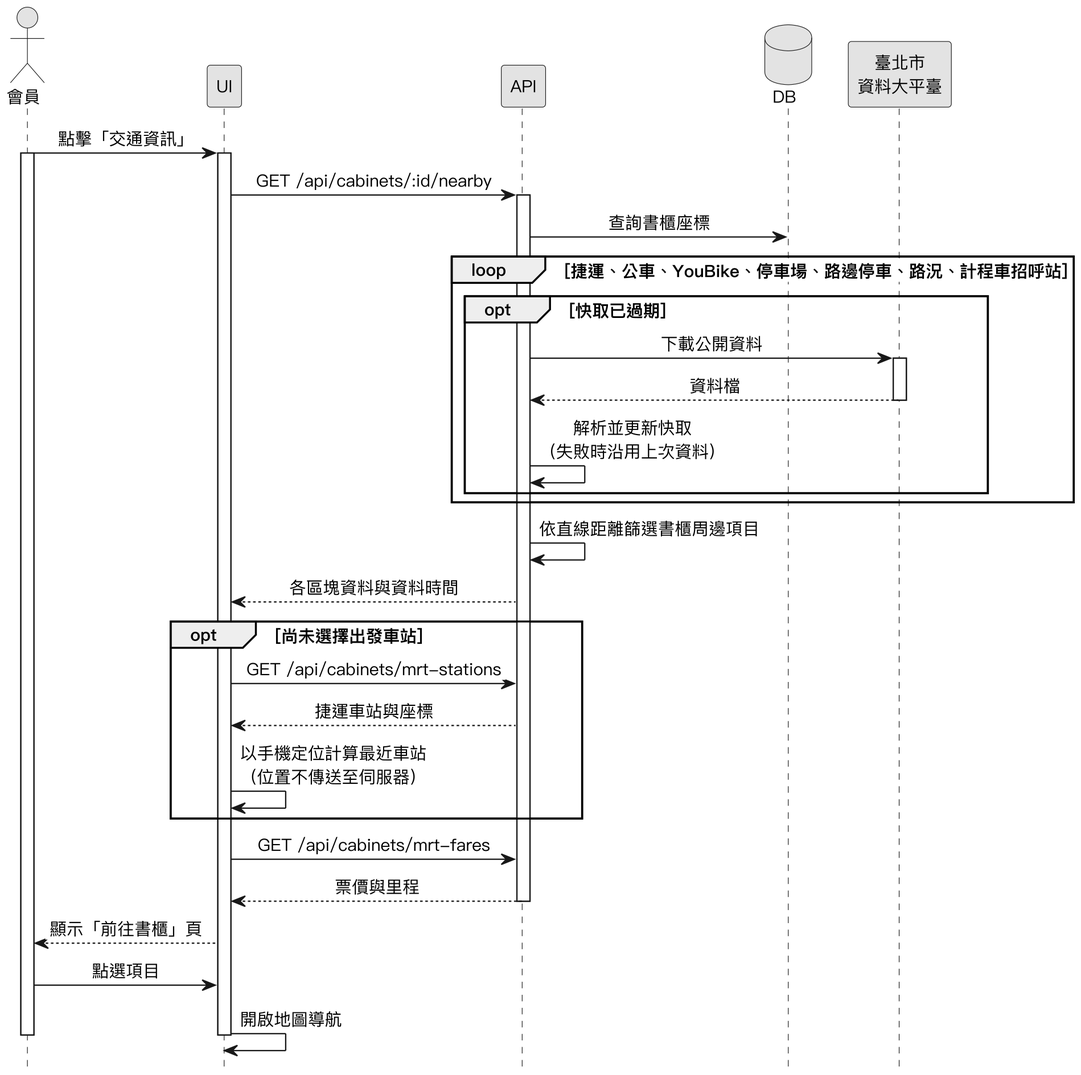
SaveMyBook/SaveMyBook keeps this PlantUML diagram as Diagrams/Sequence Diagrams/v3/seq_cabinet_transit.png. Above is the earlier version. Source of this version:
```plantuml
@startuml
skinparam monochrome true
skinparam shadowing false
skinparam dpi 220
skinparam defaultFontName "PingFang TC"
skinparam defaultFontSize 13
skinparam sequenceMessageAlign center
skinparam ParticipantPadding 18
hide footbox

actor 會員
participant UI
participant API
database DB
participant "臺北市\n資料大平臺" as ODP

會員 -> UI : 點擊「交通資訊」
activate 會員
activate UI
UI -> API : GET /api/cabinets/:id/nearby
activate API
API -> DB : 查詢書櫃座標
loop 捷運、公車、YouBike、停車場、路邊停車、路況、計程車招呼站
  opt 快取已過期
    API -> ODP : 下載公開資料
    activate ODP
    ODP --> API : 資料檔
    deactivate ODP
    API -> API : 解析並更新快取\n（失敗時沿用上次資料）
  end
end
API -> API : 依直線距離篩選書櫃周邊項目
API --> UI : 各區塊資料與資料時間
opt 尚未選擇出發車站
  UI -> API : GET /api/cabinets/mrt-stations
  API --> UI : 捷運車站與座標
  UI -> UI : 以手機定位計算最近車站\n（位置不傳送至伺服器）
end
UI -> API : GET /api/cabinets/mrt-fares
API --> UI : 票價與里程
deactivate API
UI --> 會員 : 顯示「前往書櫃」頁
會員 -> UI : 點選項目
UI -> UI : 開啟地圖導航
deactivate UI
deactivate 會員
@enduml
```
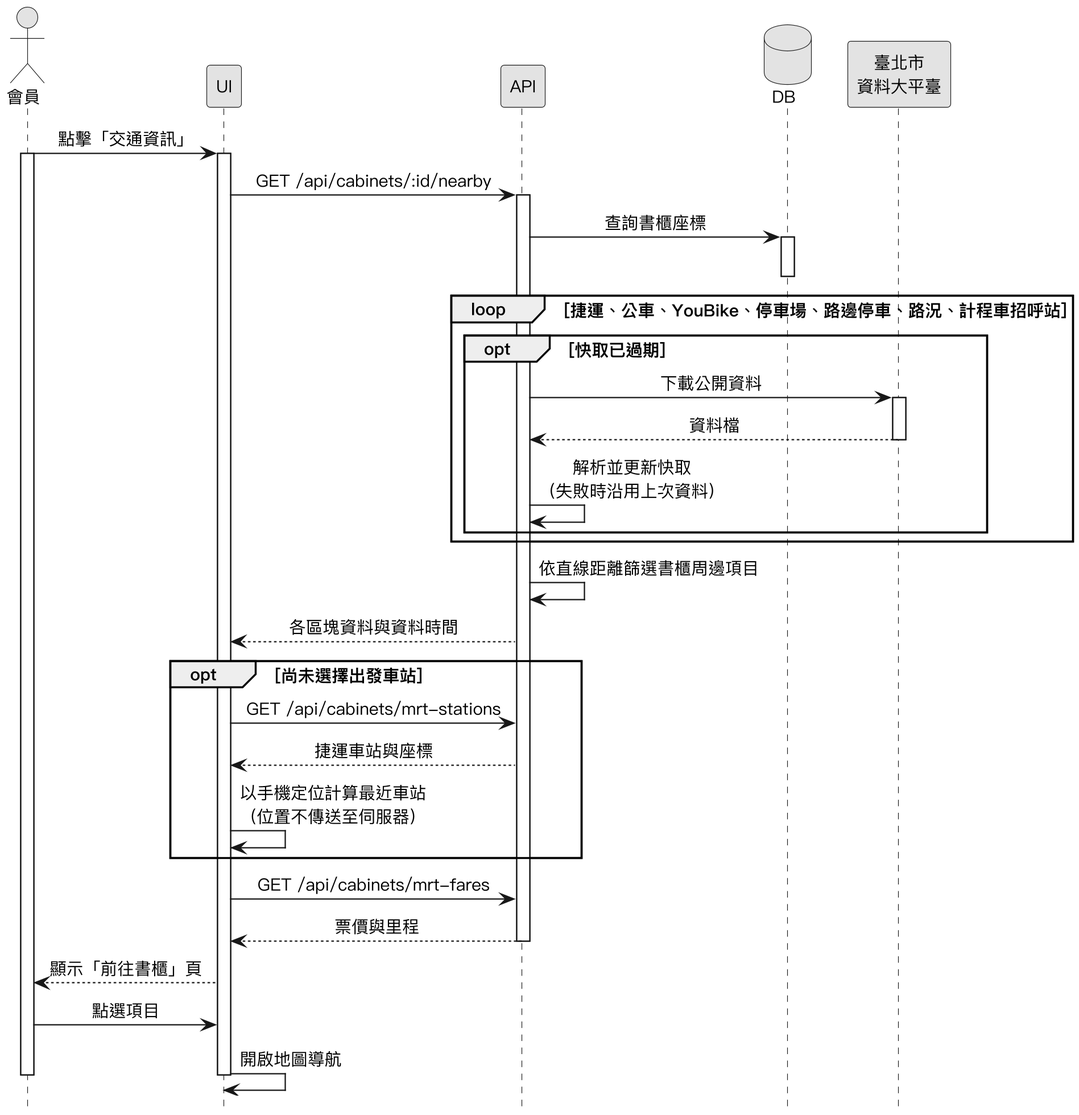
The same diagram one commit later.

Change to the diagram source:
```diff
@@ -19,7 +19,8 @@
 activate UI
 UI -> API : GET /api/cabinets/:id/nearby
 activate API
-API -> DB : 查詢書櫃座標
+API -> DB ++ : 查詢書櫃座標
+deactivate DB
 loop 捷運、公車、YouBike、停車場、路邊停車、路況、計程車招呼站
   opt 快取已過期
     API -> ODP : 下載公開資料
```
